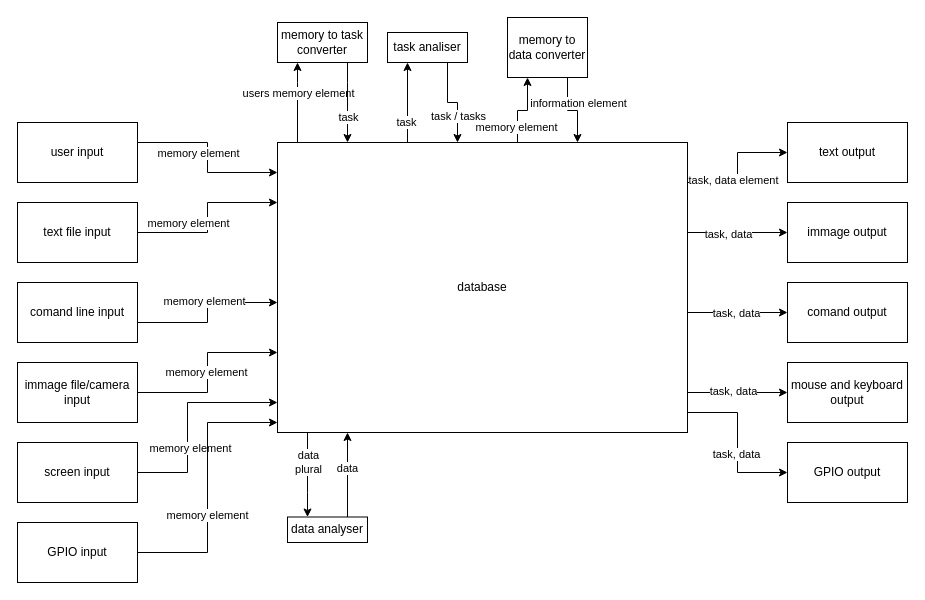
Before: simple/Untitled Diagram.drawio in vertigofilip/MINDS-Multi-Interactive-Neural-Database-System, a draw.io diagram. Source tidied: cells renumbered, new cells numbered last; positions are measured from the earlier drawing's top-left corner, leaving out a move shared by most shapes. Both pictures are drawn from the tidied source at 100%, with x=0, y=0 at pixel (17, 17).
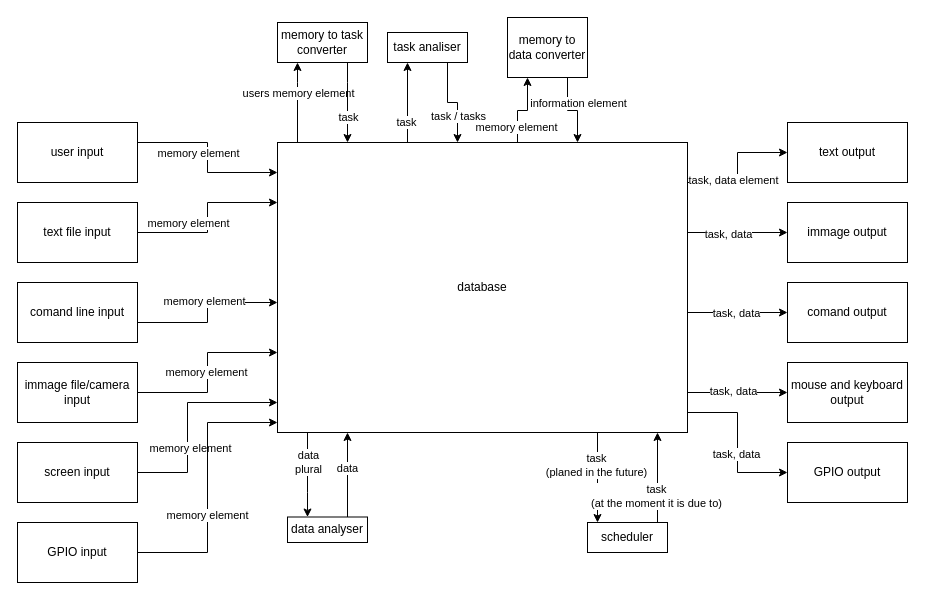
Above is the later version.

The edit, as a diff of the source:
```diff
@@
+    <mxCell id="56" style="edgeStyle=orthogonalEdgeStyle;rounded=0;orthogonalLoop=1;jettySize=auto;html=1;entryX=0.25;entryY=0;entryDx=0;entryDy=0;" parent="1" edge="1">
+      <mxGeometry relative="1" as="geometry">
+        <mxPoint x="580" y="415" as="sourcePoint" />
+        <mxPoint x="580" y="505" as="targetPoint" />
+        <Array as="points">
+          <mxPoint x="580" y="475" />
+          <mxPoint x="580" y="475" />
+        </Array>
+      </mxGeometry>
+    </mxCell>
+    <mxCell id="57" value="task&lt;div&gt;(planed in the future)&lt;/div&gt;" style="edgeLabel;html=1;align=center;verticalAlign=middle;" parent="56" vertex="1">
+      <mxGeometry x="-0.29" y="-2" relative="1" as="geometry" />
+    </mxCell>
@@
+    <mxCell id="58" style="edgeStyle=orthogonalEdgeStyle;rounded=0;jettySize=auto;html=1;" parent="1" edge="1" source="60">
+      <mxGeometry relative="1" as="geometry">
+        <mxPoint x="640" y="415" as="targetPoint" />
+        <Array as="points">
+          <mxPoint x="640" y="415" />
+        </Array>
+      </mxGeometry>
+    </mxCell>
+    <mxCell id="59" value="task&lt;div&gt;(at the moment it is due to)&lt;/div&gt;" style="edgeLabel;html=1;align=center;verticalAlign=middle;" parent="58" vertex="1">
+      <mxGeometry x="-0.4" y="2" relative="1" as="geometry" />
+    </mxCell>
+    <mxCell id="60" value="scheduler" style="rounded=0;whiteSpace=wrap;html=1;" parent="1" vertex="1">
+      <mxGeometry x="570" y="505" width="80" height="30" as="geometry" />
+    </mxCell>
```
